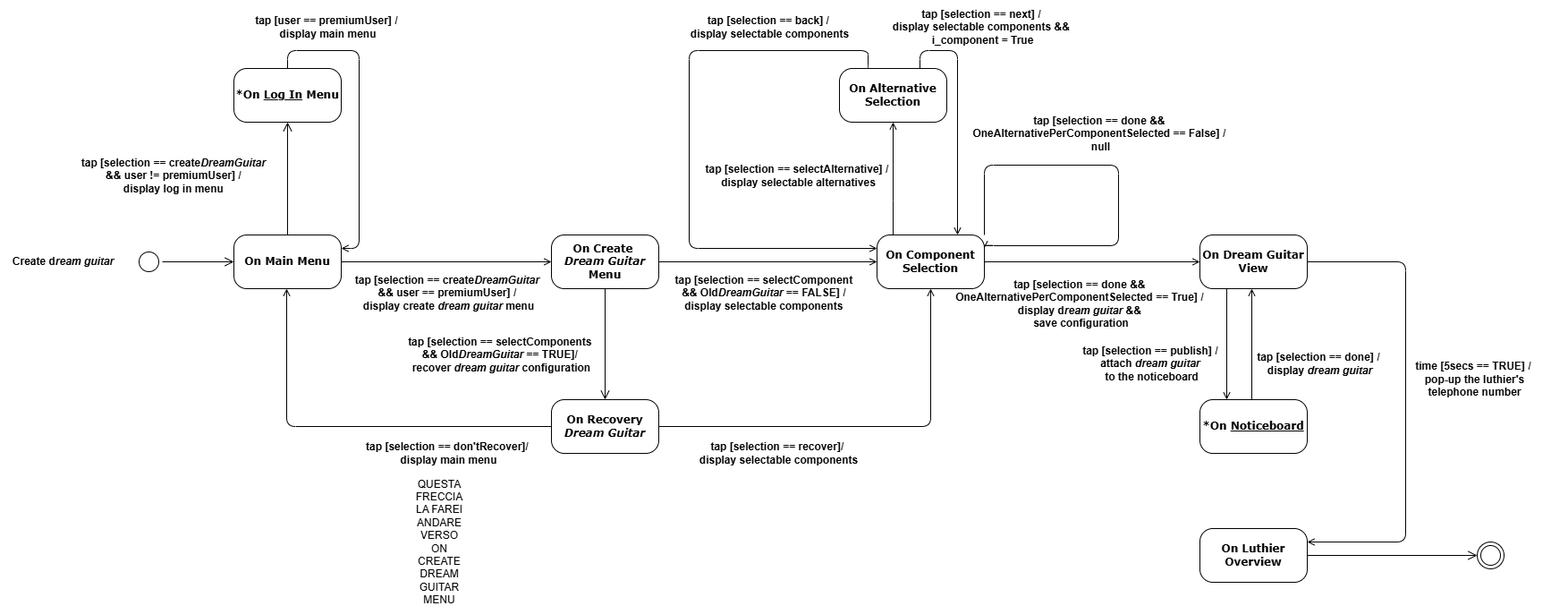
Before: diagrams/StateDiagramT.drawio.png, a diagram exported from draw.io (TizianoLilli/ISPW-Project). Source tidied: cells renumbered, new cells last; positions are measured from the earlier drawing's top-left corner, leaving out a move shared by most shapes.
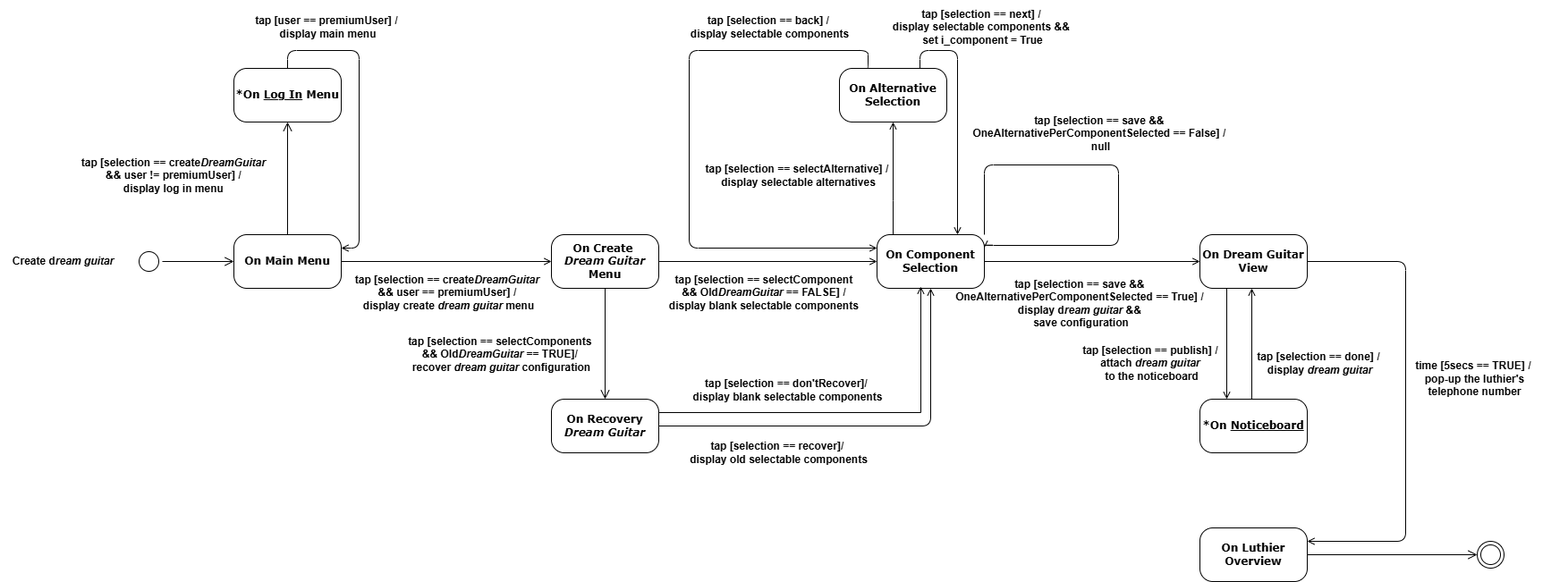
Above is the later version.

Change to the diagram source:
```diff
@@ -17,14 +17,6 @@
     <mxCell id="6" style="edgeStyle=orthogonalEdgeStyle;rounded=1;jettySize=auto;html=1;entryX=0.5;entryY=1;entryDx=0;entryDy=0;curved=0;endArrow=open;endFill=0;" parent="1" edge="1" source="8" target="17">
       <mxGeometry relative="1" as="geometry" />
     </mxCell>
-    <mxCell id="7" style="edgeStyle=orthogonalEdgeStyle;rounded=1;jettySize=auto;html=1;exitX=0;exitY=0.5;exitDx=0;exitDy=0;entryX=0.5;entryY=1;entryDx=0;entryDy=0;curved=0;endArrow=open;endFill=0;" parent="1" edge="1" source="8" target="4">
-      <mxGeometry relative="1" as="geometry">
-        <Array as="points">
-          <mxPoint x="320" y="476" />
-          <mxPoint x="320" y="322" />
-        </Array>
-      </mxGeometry>
-    </mxCell>
     <mxCell id="8" value="&lt;b&gt;On Recovery&lt;/b&gt;&lt;div&gt;&lt;b&gt;&lt;i&gt;Dream Guitar&lt;/i&gt;&lt;/b&gt;&lt;/div&gt;" style="rounded=1;whiteSpace=wrap;html=1;arcSize=24;shadow=0;comic=0;labelBackgroundColor=none;fontFamily=Verdana;fontSize=12;align=center;" parent="1" vertex="1">
       <mxGeometry x="616" y="446" width="120" height="60" as="geometry" />
     </mxCell>
@@ -135,10 +127,10 @@
     <mxCell id="30" value="&lt;b&gt;tap [selection == selectAlternative] /&amp;nbsp;&lt;/b&gt;&lt;div&gt;&lt;b&gt;display&amp;nbsp;&lt;/b&gt;&lt;span style=&quot;background-color: initial;&quot;&gt;&lt;b&gt;selectable&amp;nbsp;&lt;/b&gt;&lt;/span&gt;&lt;b style=&quot;background-color: initial;&quot;&gt;alternatives&lt;/b&gt;&lt;/div&gt;" style="text;html=1;align=center;verticalAlign=middle;strokeColor=none;fillColor=none;" parent="1" vertex="1">
       <mxGeometry x="732" y="171" width="320" height="50" as="geometry" />
     </mxCell>
-    <mxCell id="31" value="&lt;b&gt;tap [selection == next] /&amp;nbsp;&lt;/b&gt;&lt;div&gt;&lt;b&gt;display&amp;nbsp;&lt;/b&gt;&lt;span style=&quot;background-color: initial;&quot;&gt;&lt;b&gt;selectable&amp;nbsp;&lt;/b&gt;&lt;/span&gt;&lt;b style=&quot;background-color: initial;&quot;&gt;components &amp;amp;&amp;amp;&amp;nbsp;&lt;/b&gt;&lt;/div&gt;&lt;div&gt;&lt;b style=&quot;background-color: initial;&quot;&gt;i_component = True&lt;/b&gt;&lt;/div&gt;" style="text;html=1;align=center;verticalAlign=middle;strokeColor=none;fillColor=none;" parent="1" vertex="1">
+    <mxCell id="31" value="&lt;b&gt;tap [selection == next] /&amp;nbsp;&lt;/b&gt;&lt;div&gt;&lt;b&gt;display&amp;nbsp;&lt;/b&gt;&lt;span style=&quot;background-color: initial;&quot;&gt;&lt;b&gt;selectable&amp;nbsp;&lt;/b&gt;&lt;/span&gt;&lt;b style=&quot;background-color: initial;&quot;&gt;components &amp;amp;&amp;amp;&amp;nbsp;&lt;/b&gt;&lt;/div&gt;&lt;div&gt;&lt;b style=&quot;background-color: initial;&quot;&gt;set i_component = True&lt;/b&gt;&lt;/div&gt;" style="text;html=1;align=center;verticalAlign=middle;strokeColor=none;fillColor=none;" parent="1" vertex="1">
       <mxGeometry x="988" width="220" height="60" as="geometry" />
     </mxCell>
-    <mxCell id="32" value="&lt;b&gt;tap [selection == done &amp;amp;&amp;amp;&amp;nbsp;&lt;/b&gt;&lt;div&gt;&lt;b&gt;OneAlternativePerComponentSelected == True] /&amp;nbsp;&lt;/b&gt;&lt;div&gt;&lt;b&gt;display d&lt;i&gt;ream guitar &lt;/i&gt;&amp;amp;&amp;amp;&amp;nbsp;&lt;/b&gt;&lt;/div&gt;&lt;div&gt;&lt;b&gt;save configuration&lt;/b&gt;&lt;/div&gt;&lt;/div&gt;" style="text;html=1;align=center;verticalAlign=middle;strokeColor=none;fillColor=none;" parent="1" vertex="1">
+    <mxCell id="32" value="&lt;b&gt;tap [selection == save &amp;amp;&amp;amp;&amp;nbsp;&lt;/b&gt;&lt;div&gt;&lt;b&gt;OneAlternativePerComponentSelected == True] /&amp;nbsp;&lt;/b&gt;&lt;div&gt;&lt;b&gt;display d&lt;i&gt;ream guitar &lt;/i&gt;&amp;amp;&amp;amp;&amp;nbsp;&lt;/b&gt;&lt;/div&gt;&lt;div&gt;&lt;b&gt;save configuration&lt;/b&gt;&lt;/div&gt;&lt;/div&gt;" style="text;html=1;align=center;verticalAlign=middle;strokeColor=none;fillColor=none;" parent="1" vertex="1">
       <mxGeometry x="1058" y="304" width="300" height="70" as="geometry" />
     </mxCell>
     <mxCell id="33" value="&lt;b&gt;tap [selection == publish] /&amp;nbsp;&lt;/b&gt;&lt;div&gt;&lt;b&gt;attach&amp;nbsp;&lt;i&gt;dream guitar&amp;nbsp;&lt;/i&gt;&lt;/b&gt;&lt;/div&gt;&lt;div&gt;&lt;b&gt;to the noticeboard&lt;/b&gt;&lt;/div&gt;" style="text;html=1;align=center;verticalAlign=middle;strokeColor=none;fillColor=none;" parent="1" vertex="1">
@@ -162,26 +154,26 @@
     <mxCell id="39" value="&lt;b&gt;On Create&amp;nbsp;&lt;/b&gt;&lt;div&gt;&lt;b&gt;&lt;i&gt;Dream Guitar &lt;/i&gt;Menu&lt;/b&gt;&lt;/div&gt;" style="rounded=1;whiteSpace=wrap;html=1;arcSize=24;shadow=0;comic=0;labelBackgroundColor=none;fontFamily=Verdana;fontSize=12;align=center;" parent="1" vertex="1">
       <mxGeometry x="616" y="262" width="120" height="60" as="geometry" />
     </mxCell>
-    <mxCell id="40" value="&lt;b&gt;tap [&lt;/b&gt;&lt;b&gt;selection == selectComponent&amp;nbsp;&lt;br&gt;&lt;/b&gt;&lt;b style=&quot;background-color: initial;&quot;&gt;&amp;amp;&amp;amp;&amp;nbsp;&lt;/b&gt;&lt;b style=&quot;background-color: initial;&quot;&gt;Old&lt;i&gt;DreamGuitar &lt;/i&gt;== FALSE&lt;/b&gt;&lt;b style=&quot;background-color: initial;&quot;&gt;] &lt;/b&gt;&lt;b style=&quot;background-color: initial;&quot;&gt;/&amp;nbsp;&lt;/b&gt;&lt;div&gt;&lt;div&gt;&lt;div&gt;&lt;b&gt;display&amp;nbsp;&lt;/b&gt;&lt;span style=&quot;background-color: initial;&quot;&gt;&lt;b&gt;selectable&amp;nbsp;&lt;/b&gt;&lt;/span&gt;&lt;b style=&quot;background-color: initial;&quot;&gt;components&amp;nbsp;&lt;/b&gt;&lt;/div&gt;&lt;/div&gt;&lt;/div&gt;" style="text;html=1;align=center;verticalAlign=middle;strokeColor=none;fillColor=none;" parent="1" vertex="1">
-      <mxGeometry x="700" y="292" width="310" height="70" as="geometry" />
+    <mxCell id="40" value="&lt;b&gt;tap [&lt;/b&gt;&lt;b&gt;selection == selectComponent&amp;nbsp;&lt;br&gt;&lt;/b&gt;&lt;b style=&quot;background-color: initial;&quot;&gt;&amp;amp;&amp;amp;&amp;nbsp;&lt;/b&gt;&lt;b style=&quot;background-color: initial;&quot;&gt;Old&lt;i&gt;DreamGuitar &lt;/i&gt;== FALSE&lt;/b&gt;&lt;b style=&quot;background-color: initial;&quot;&gt;] &lt;/b&gt;&lt;b style=&quot;background-color: initial;&quot;&gt;/&amp;nbsp;&lt;/b&gt;&lt;div&gt;&lt;div&gt;&lt;div&gt;&lt;b&gt;display blank&amp;nbsp;&lt;/b&gt;&lt;span style=&quot;background-color: initial;&quot;&gt;&lt;b&gt;selectable&amp;nbsp;&lt;/b&gt;&lt;/span&gt;&lt;b style=&quot;background-color: initial;&quot;&gt;components&amp;nbsp;&lt;/b&gt;&lt;/div&gt;&lt;/div&gt;&lt;/div&gt;" style="text;html=1;align=center;verticalAlign=middle;strokeColor=none;fillColor=none;" parent="1" vertex="1">
+      <mxGeometry x="735" y="297" width="240" height="60" as="geometry" />
     </mxCell>
-    <mxCell id="41" value="&lt;b&gt;tap [&lt;/b&gt;&lt;b&gt;selection == recover&lt;/b&gt;&lt;b&gt;]&lt;/b&gt;&lt;b style=&quot;background-color: initial;&quot;&gt;/&amp;nbsp;&lt;/b&gt;&lt;div&gt;&lt;b&gt;display&amp;nbsp;&lt;/b&gt;&lt;span style=&quot;background-color: initial;&quot;&gt;&lt;b&gt;selectable&amp;nbsp;&lt;/b&gt;&lt;/span&gt;&lt;b style=&quot;background-color: initial;&quot;&gt;components&lt;/b&gt;&lt;/div&gt;" style="text;html=1;align=center;verticalAlign=middle;strokeColor=none;fillColor=none;" parent="1" vertex="1">
-      <mxGeometry x="770" y="486" width="200" height="40" as="geometry" />
+    <mxCell id="41" value="&lt;b&gt;tap [&lt;/b&gt;&lt;b&gt;selection == recover&lt;/b&gt;&lt;b&gt;]&lt;/b&gt;&lt;b style=&quot;background-color: initial;&quot;&gt;/&amp;nbsp;&lt;/b&gt;&lt;div&gt;&lt;b&gt;display old&amp;nbsp;&lt;/b&gt;&lt;span style=&quot;background-color: initial;&quot;&gt;&lt;b&gt;selectable&amp;nbsp;&lt;/b&gt;&lt;/span&gt;&lt;b style=&quot;background-color: initial;&quot;&gt;components&lt;/b&gt;&lt;/div&gt;" style="text;html=1;align=center;verticalAlign=middle;strokeColor=none;fillColor=none;" parent="1" vertex="1">
+      <mxGeometry x="760" y="486" width="220" height="40" as="geometry" />
     </mxCell>
-    <mxCell id="42" value="&lt;b&gt;tap [&lt;/b&gt;&lt;b&gt;selection == don'tRecover&lt;/b&gt;&lt;b&gt;]&lt;/b&gt;&lt;b style=&quot;background-color: initial;&quot;&gt;/&amp;nbsp;&lt;/b&gt;&lt;div&gt;&lt;b&gt;display main menu&lt;/b&gt;&lt;/div&gt;" style="text;html=1;align=center;verticalAlign=middle;strokeColor=none;fillColor=none;" parent="1" vertex="1">
-      <mxGeometry x="396" y="486" width="210" height="40" as="geometry" />
-    </mxCell>
     <mxCell id="43" value="&lt;b&gt;tap [selection == back] /&amp;nbsp;&lt;/b&gt;&lt;div&gt;&lt;b&gt;display&amp;nbsp;&lt;/b&gt;&lt;span style=&quot;background-color: initial;&quot;&gt;&lt;b&gt;selectable&amp;nbsp;&lt;/b&gt;&lt;/span&gt;&lt;b style=&quot;background-color: initial;&quot;&gt;components&lt;/b&gt;&lt;/div&gt;" style="text;html=1;align=center;verticalAlign=middle;strokeColor=none;fillColor=none;" parent="1" vertex="1">
       <mxGeometry x="760" y="10" width="200" height="40" as="geometry" />
     </mxCell>
-    <mxCell id="44" value="QUESTA FRECCIA LA FAREI ANDARE VERSO ON CREATE DREAM GUITAR MENU" style="text;html=1;align=center;verticalAlign=middle;whiteSpace=wrap;rounded=0;" parent="1" vertex="1">
-      <mxGeometry x="461" y="590" width="60" height="30" as="geometry" />
-    </mxCell>
     <mxCell id="45" value="&lt;b style=&quot;font-size: 12px;&quot;&gt;time [5secs == TRUE] /&amp;nbsp;&lt;/b&gt;&lt;div style=&quot;font-size: 12px;&quot;&gt;&lt;b&gt;pop-up the luthier's&lt;/b&gt;&lt;/div&gt;&lt;div style=&quot;font-size: 12px;&quot;&gt;&lt;b&gt;telephone number&lt;/b&gt;&lt;/div&gt;" style="text;html=1;align=center;verticalAlign=middle;strokeColor=none;fillColor=none;fontSize=16;" parent="1" vertex="1">
       <mxGeometry x="1543" y="386" width="210" height="70" as="geometry" />
     </mxCell>
-    <mxCell id="46" value="&lt;b&gt;tap [selection == done &amp;amp;&amp;amp;&amp;nbsp;&lt;/b&gt;&lt;div&gt;&lt;b&gt;OneAlternativePerComponentSelected == False] /&amp;nbsp;&lt;/b&gt;&lt;div&gt;&lt;b&gt;null&lt;/b&gt;&lt;/div&gt;&lt;/div&gt;" style="text;html=1;align=center;verticalAlign=middle;strokeColor=none;fillColor=none;" parent="1" vertex="1">
+    <mxCell id="46" value="&lt;b&gt;tap [selection == save &amp;amp;&amp;amp;&amp;nbsp;&lt;/b&gt;&lt;div&gt;&lt;b&gt;OneAlternativePerComponentSelected == False] /&amp;nbsp;&lt;/b&gt;&lt;div&gt;&lt;b&gt;null&lt;/b&gt;&lt;/div&gt;&lt;/div&gt;" style="text;html=1;align=center;verticalAlign=middle;strokeColor=none;fillColor=none;" parent="1" vertex="1">
       <mxGeometry x="1075" y="119" width="310" height="60" as="geometry" />
     </mxCell>
+    <mxCell id="47" style="edgeStyle=orthogonalEdgeStyle;rounded=0;jettySize=auto;html=1;exitX=1;exitY=0.25;exitDx=0;exitDy=0;entryX=0.408;entryY=0.967;entryDx=0;entryDy=0;entryPerimeter=0;endArrow=open;endFill=0;" parent="1" edge="1" source="8" target="17">
+      <mxGeometry relative="1" as="geometry" />
+    </mxCell>
+    <mxCell id="48" value="&lt;b&gt;tap [&lt;/b&gt;&lt;b&gt;selection == don'tRecover&lt;/b&gt;&lt;b&gt;]&lt;/b&gt;&lt;b style=&quot;background-color: initial;&quot;&gt;/&amp;nbsp;&lt;/b&gt;&lt;div&gt;&lt;b&gt;display blank&amp;nbsp;&lt;/b&gt;&lt;span style=&quot;background-color: initial;&quot;&gt;&lt;b&gt;selectable&amp;nbsp;&lt;/b&gt;&lt;/span&gt;&lt;b style=&quot;background-color: initial;&quot;&gt;components&lt;/b&gt;&lt;/div&gt;" style="text;html=1;align=center;verticalAlign=middle;strokeColor=none;fillColor=none;" parent="1" vertex="1">
+      <mxGeometry x="760" y="416" width="240" height="40" as="geometry" />
+    </mxCell>
   </root>
 </mxGraphModel>
```
